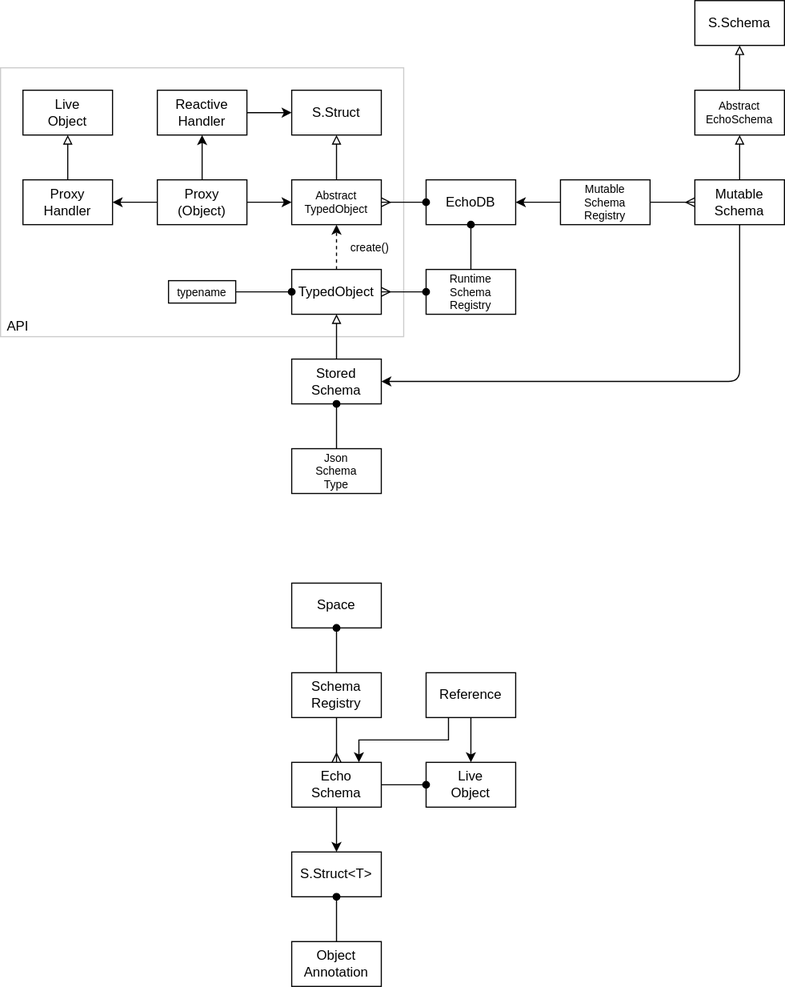
Earlier version of the draw.io export packages/core/echo/echo-schema/docs/schema.drawio.svg (dxos/dxos). Source tidied: cells renumbered, new cells last; positions are measured from the earlier drawing's top-left corner, leaving out a move shared by most shapes.
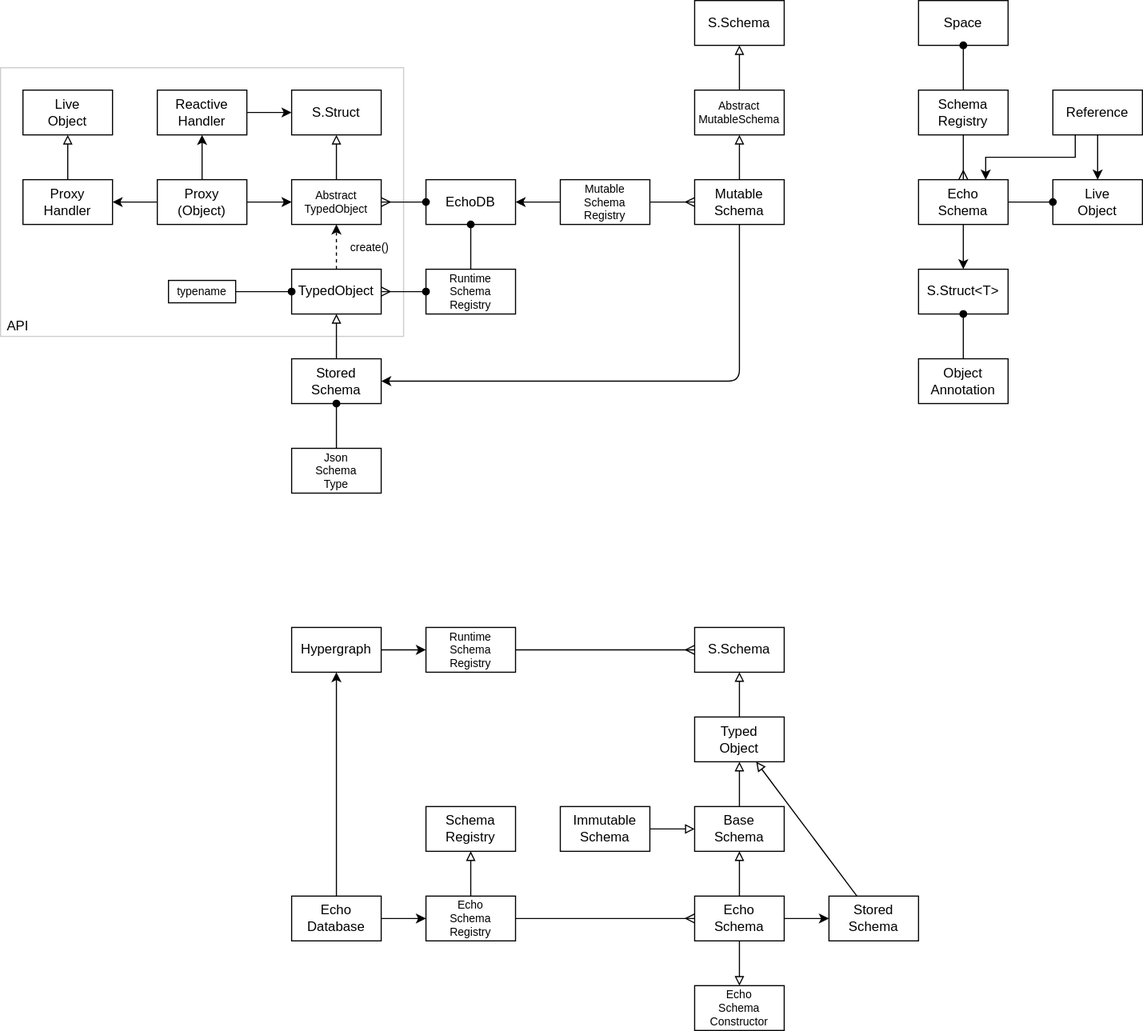
After the change.

What changed in the source:
```diff
@@ -117,34 +117,34 @@
     <mxCell id="38" style="edgeStyle=none;html=1;exitX=0.25;exitY=1;exitDx=0;exitDy=0;entryX=0.75;entryY=0;entryDx=0;entryDy=0;rounded=0;" parent="1" edge="1" source="39" target="43">
       <mxGeometry relative="1" as="geometry">
         <Array as="points">
-          <mxPoint x="400" y="660" />
-          <mxPoint x="320" y="660" />
+          <mxPoint x="960" y="140" />
+          <mxPoint x="880" y="140" />
         </Array>
       </mxGeometry>
     </mxCell>
     <mxCell id="39" value="Reference" style="rounded=0;whiteSpace=wrap;html=1;" parent="1" vertex="1">
-      <mxGeometry x="380" y="600" width="80" height="40" as="geometry" />
+      <mxGeometry x="940" y="80" width="80" height="40" as="geometry" />
     </mxCell>
     <mxCell id="40" style="edgeStyle=none;html=1;exitX=0.5;exitY=1;exitDx=0;exitDy=0;endArrow=ERmany;endFill=0;" parent="1" edge="1" source="41" target="43">
       <mxGeometry relative="1" as="geometry" />
     </mxCell>
     <mxCell id="41" value="Schema&lt;br&gt;Registry" style="rounded=0;whiteSpace=wrap;html=1;" parent="1" vertex="1">
-      <mxGeometry x="260" y="600" width="80" height="40" as="geometry" />
+      <mxGeometry x="820" y="80" width="80" height="40" as="geometry" />
     </mxCell>
     <mxCell id="42" style="edgeStyle=none;html=1;exitX=0.5;exitY=1;exitDx=0;exitDy=0;" parent="1" edge="1" source="43" target="44">
       <mxGeometry relative="1" as="geometry" />
     </mxCell>
     <mxCell id="43" value="Echo&lt;br&gt;Schema" style="rounded=0;whiteSpace=wrap;html=1;" parent="1" vertex="1">
-      <mxGeometry x="260" y="680" width="80" height="40" as="geometry" />
+      <mxGeometry x="820" y="160" width="80" height="40" as="geometry" />
     </mxCell>
     <mxCell id="44" value="S.Struct&amp;lt;T&amp;gt;" style="rounded=0;whiteSpace=wrap;html=1;" parent="1" vertex="1">
-      <mxGeometry x="260" y="760" width="80" height="40" as="geometry" />
+      <mxGeometry x="820" y="240" width="80" height="40" as="geometry" />
     </mxCell>
     <mxCell id="45" value="Object&lt;br&gt;Annotation" style="rounded=0;whiteSpace=wrap;html=1;" parent="1" vertex="1">
-      <mxGeometry x="260" y="840" width="80" height="40" as="geometry" />
+      <mxGeometry x="820" y="320" width="80" height="40" as="geometry" />
     </mxCell>
     <mxCell id="46" value="Space" style="rounded=0;whiteSpace=wrap;html=1;" parent="1" vertex="1">
-      <mxGeometry x="260" y="520" width="80" height="40" as="geometry" />
+      <mxGeometry x="820" width="80" height="40" as="geometry" />
     </mxCell>
     <mxCell id="47" style="edgeStyle=none;html=1;endArrow=none;endFill=0;startArrow=oval;startFill=1;" parent="1" edge="1" source="44" target="45">
       <mxGeometry relative="1" as="geometry" />
@@ -153,7 +153,7 @@
       <mxGeometry relative="1" as="geometry" />
     </mxCell>
     <mxCell id="49" value="Live&lt;br&gt;Object" style="rounded=0;whiteSpace=wrap;html=1;" parent="1" vertex="1">
-      <mxGeometry x="380" y="680" width="80" height="40" as="geometry" />
+      <mxGeometry x="940" y="160" width="80" height="40" as="geometry" />
     </mxCell>
     <mxCell id="50" style="edgeStyle=none;html=1;exitX=0;exitY=0.5;exitDx=0;exitDy=0;startArrow=oval;startFill=1;endArrow=none;endFill=0;" parent="1" edge="1" source="49" target="43">
       <mxGeometry relative="1" as="geometry" />
@@ -161,5 +161,84 @@
     <mxCell id="51" style="edgeStyle=none;html=1;" parent="1" edge="1" source="39" target="49">
       <mxGeometry relative="1" as="geometry" />
     </mxCell>
+    <mxCell id="52" style="edgeStyle=none;html=1;exitX=0.5;exitY=0;exitDx=0;exitDy=0;endArrow=block;endFill=0;" parent="1" edge="1" source="55" target="57">
+      <mxGeometry relative="1" as="geometry" />
+    </mxCell>
+    <mxCell id="53" style="edgeStyle=none;html=1;endArrow=block;endFill=0;" parent="1" edge="1" source="55" target="63">
+      <mxGeometry relative="1" as="geometry" />
+    </mxCell>
+    <mxCell id="54" style="edgeStyle=none;html=1;exitX=1;exitY=0.5;exitDx=0;exitDy=0;" parent="1" edge="1" source="55" target="76">
+      <mxGeometry relative="1" as="geometry" />
+    </mxCell>
+    <mxCell id="55" value="Echo&lt;br&gt;Schema" style="rounded=0;whiteSpace=wrap;html=1;" parent="1" vertex="1">
+      <mxGeometry x="620" y="800" width="80" height="40" as="geometry" />
+    </mxCell>
+    <mxCell id="56" style="edgeStyle=none;html=1;exitX=0.5;exitY=0;exitDx=0;exitDy=0;endArrow=block;endFill=0;" parent="1" edge="1" source="57" target="59">
+      <mxGeometry relative="1" as="geometry">
+        <Array as="points">
+          <mxPoint x="660" y="700" />
+        </Array>
+      </mxGeometry>
+    </mxCell>
+    <mxCell id="57" value="Base&lt;br&gt;Schema" style="rounded=0;whiteSpace=wrap;html=1;" parent="1" vertex="1">
+      <mxGeometry x="620" y="720" width="80" height="40" as="geometry" />
+    </mxCell>
+    <mxCell id="58" style="edgeStyle=none;html=1;exitX=0.5;exitY=0;exitDx=0;exitDy=0;endArrow=block;endFill=0;" parent="1" edge="1" source="59" target="60">
+      <mxGeometry relative="1" as="geometry" />
+    </mxCell>
+    <mxCell id="59" value="Typed&lt;br&gt;Object" style="rounded=0;whiteSpace=wrap;html=1;" parent="1" vertex="1">
+      <mxGeometry x="620" y="640" width="80" height="40" as="geometry" />
+    </mxCell>
+    <mxCell id="60" value="S.Schema" style="rounded=0;whiteSpace=wrap;html=1;" parent="1" vertex="1">
+      <mxGeometry x="620" y="560" width="80" height="40" as="geometry" />
+    </mxCell>
+    <mxCell id="61" value="Immutable&lt;br&gt;Schema" style="rounded=0;whiteSpace=wrap;html=1;" parent="1" vertex="1">
+      <mxGeometry x="500" y="720" width="80" height="40" as="geometry" />
+    </mxCell>
+    <mxCell id="62" style="edgeStyle=none;html=1;endArrow=block;endFill=0;" parent="1" edge="1" source="61" target="57">
+      <mxGeometry relative="1" as="geometry" />
+    </mxCell>
+    <mxCell id="63" value="Echo&lt;br&gt;Schema&lt;br&gt;Constructor" style="rounded=0;whiteSpace=wrap;html=1;fontSize=10;" parent="1" vertex="1">
+      <mxGeometry x="620" y="880" width="80" height="40" as="geometry" />
+    </mxCell>
+    <mxCell id="64" style="edgeStyle=none;html=1;exitX=1;exitY=0.5;exitDx=0;exitDy=0;endArrow=ERmany;endFill=0;" parent="1" edge="1" source="65" target="60">
+      <mxGeometry relative="1" as="geometry" />
+    </mxCell>
+    <mxCell id="65" value="Runtime&lt;br&gt;Schema&lt;br&gt;Registry" style="rounded=0;whiteSpace=wrap;html=1;fontSize=10;" parent="1" vertex="1">
+      <mxGeometry x="380" y="560" width="80" height="40" as="geometry" />
+    </mxCell>
+    <mxCell id="66" style="edgeStyle=none;html=1;exitX=0.5;exitY=0;exitDx=0;exitDy=0;endArrow=block;endFill=0;" parent="1" edge="1" source="68" target="69">
+      <mxGeometry relative="1" as="geometry" />
+    </mxCell>
+    <mxCell id="67" style="edgeStyle=none;html=1;exitX=1;exitY=0.5;exitDx=0;exitDy=0;endArrow=ERmany;endFill=0;" parent="1" edge="1" source="68" target="55">
+      <mxGeometry relative="1" as="geometry" />
+    </mxCell>
+    <mxCell id="68" value="Echo&lt;br&gt;Schema&lt;br&gt;Registry" style="rounded=0;whiteSpace=wrap;html=1;fontSize=10;" parent="1" vertex="1">
+      <mxGeometry x="380" y="800" width="80" height="40" as="geometry" />
+    </mxCell>
+    <mxCell id="69" value="Schema&lt;br&gt;Registry" style="rounded=0;whiteSpace=wrap;html=1;fontSize=12;" parent="1" vertex="1">
+      <mxGeometry x="380" y="720" width="80" height="40" as="geometry" />
+    </mxCell>
+    <mxCell id="70" style="edgeStyle=none;html=1;exitX=1;exitY=0.5;exitDx=0;exitDy=0;" parent="1" edge="1" source="72" target="68">
+      <mxGeometry relative="1" as="geometry" />
+    </mxCell>
+    <mxCell id="71" style="edgeStyle=none;html=1;exitX=0.5;exitY=0;exitDx=0;exitDy=0;" parent="1" edge="1" source="72" target="74">
+      <mxGeometry relative="1" as="geometry" />
+    </mxCell>
+    <mxCell id="72" value="Echo&lt;div&gt;Database&lt;/div&gt;" style="rounded=0;whiteSpace=wrap;html=1;fontSize=12;" parent="1" vertex="1">
+      <mxGeometry x="260" y="800" width="80" height="40" as="geometry" />
+    </mxCell>
+    <mxCell id="73" style="edgeStyle=none;html=1;exitX=1;exitY=0.5;exitDx=0;exitDy=0;" parent="1" edge="1" source="74" target="65">
+      <mxGeometry relative="1" as="geometry" />
+    </mxCell>
+    <mxCell id="74" value="Hypergraph" style="rounded=0;whiteSpace=wrap;html=1;fontSize=12;" parent="1" vertex="1">
+      <mxGeometry x="260" y="560" width="80" height="40" as="geometry" />
+    </mxCell>
+    <mxCell id="75" style="edgeStyle=none;html=1;endArrow=block;endFill=0;" parent="1" edge="1" source="76" target="59">
+      <mxGeometry relative="1" as="geometry" />
+    </mxCell>
+    <mxCell id="76" value="Stored&lt;br&gt;Schema" style="rounded=0;whiteSpace=wrap;html=1;" parent="1" vertex="1">
+      <mxGeometry x="740" y="800" width="80" height="40" as="geometry" />
+    </mxCell>
   </root>
 </mxGraphModel>
```
